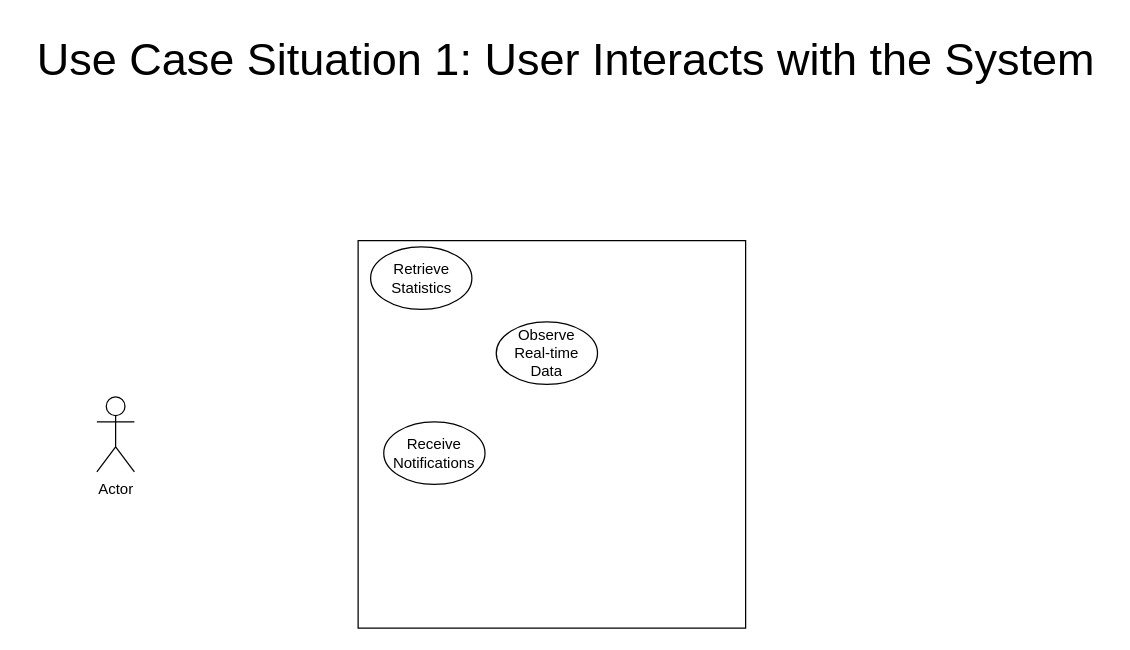
The draw.io diagram diagrams/Use Case Sit1.drawio in martintara/kaffeknekt, before the edit. Source tidied: cells renumbered, new cells numbered last; positions are measured from the earlier drawing's top-left corner, leaving out a move shared by most shapes. Both pictures are drawn from the tidied source at 125%, with x=0, y=0 at pixel (21, 21).
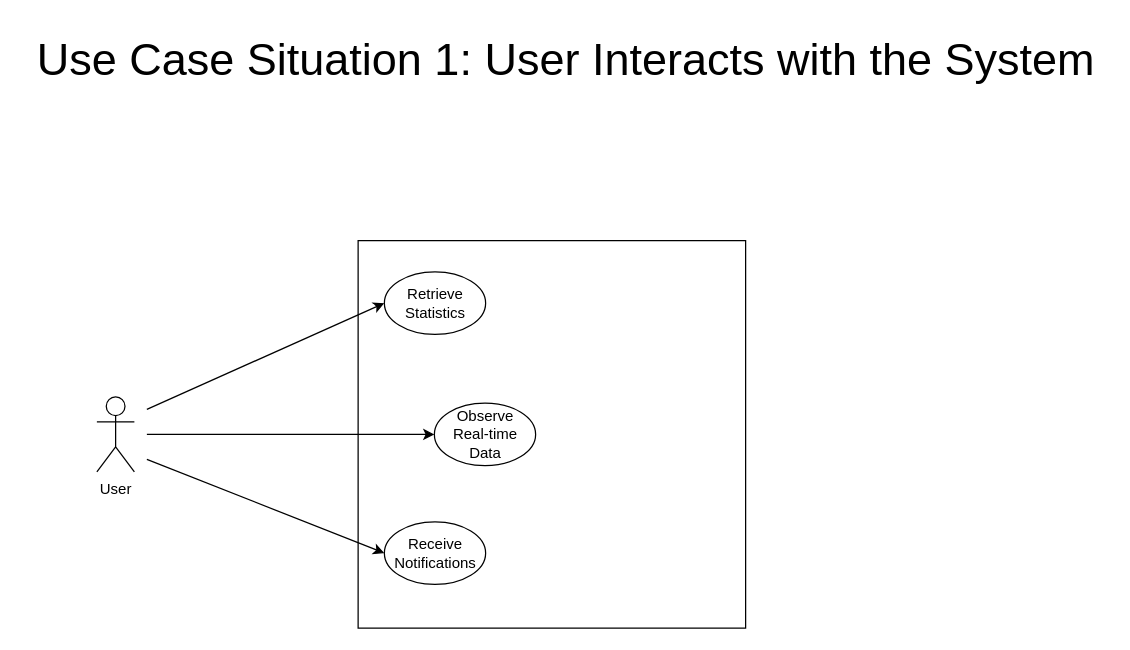
The same diagram, later.

Diff of the diagram source:
```diff
@@
 <mxGraphModel>
   <root>
     <mxCell id="0" />
     <mxCell id="1" parent="0" />
+    <mxCell id="4" style="whiteSpace=wrap;html=1;" parent="1" vertex="1">
+      <mxGeometry x="269" y="175" width="310" height="310" as="geometry" />
+    </mxCell>
     <mxCell id="2" value="&lt;font style=&quot;font-size: 36px;&quot;&gt;Use Case Situation 1: User Interacts with the System&lt;/font&gt;" style="text;html=1;align=center;verticalAlign=middle;strokeColor=none;fillColor=none;" parent="1" vertex="1">
       <mxGeometry width="870" height="60" as="geometry" />
     </mxCell>
-    <mxCell id="3" value="Actor" style="shape=umlActor;verticalLabelPosition=bottom;verticalAlign=top;html=1;" parent="1" vertex="1">
+    <mxCell id="3" value="User" style="shape=umlActor;verticalLabelPosition=bottom;verticalAlign=top;html=1;" parent="1" vertex="1">
       <mxGeometry x="60" y="300" width="30" height="60" as="geometry" />
     </mxCell>
-    <mxCell id="4" style="whiteSpace=wrap;html=1;" parent="1" vertex="1">
-      <mxGeometry x="269" y="175" width="310" height="310" as="geometry" />
-    </mxCell>
     <mxCell id="5" style="ellipse;whiteSpace=wrap;html=1;" parent="1" vertex="1">
-      <mxGeometry x="279" y="180" width="81" height="50" as="geometry" />
+      <mxGeometry x="290" y="200" width="81" height="50" as="geometry" />
     </mxCell>
     <mxCell id="6" value="Retrieve Statistics" style="text;html=1;align=center;verticalAlign=middle;whiteSpace=wrap;rounded=0;" parent="1" vertex="1">
-      <mxGeometry x="290" y="190" width="60" height="30" as="geometry" />
+      <mxGeometry x="301" y="210" width="60" height="30" as="geometry" />
     </mxCell>
     <mxCell id="7" style="ellipse;whiteSpace=wrap;html=1;" parent="1" vertex="1">
-      <mxGeometry x="289.5" y="320" width="81" height="50" as="geometry" />
+      <mxGeometry x="290" y="400" width="81" height="50" as="geometry" />
     </mxCell>
     <mxCell id="8" style="ellipse;whiteSpace=wrap;html=1;" parent="1" vertex="1">
-      <mxGeometry x="379.5" y="240" width="81" height="50" as="geometry" />
+      <mxGeometry x="330" y="305" width="81" height="50" as="geometry" />
     </mxCell>
     <mxCell id="9" value="Observe Real-time Data" style="text;html=1;align=center;verticalAlign=middle;whiteSpace=wrap;rounded=0;" parent="1" vertex="1">
-      <mxGeometry x="390" y="250" width="60" height="30" as="geometry" />
+      <mxGeometry x="340.5" y="315" width="60" height="30" as="geometry" />
     </mxCell>
     <mxCell id="10" value="Receive Notifications" style="text;html=1;align=center;verticalAlign=middle;whiteSpace=wrap;rounded=0;" parent="1" vertex="1">
-      <mxGeometry x="300" y="330" width="60" height="30" as="geometry" />
+      <mxGeometry x="300.5" y="410" width="60" height="30" as="geometry" />
     </mxCell>
+    <mxCell id="11" style="endArrow=classic;html=1;rounded=0;entryX=0;entryY=0.5;entryDx=0;entryDy=0;" parent="1" edge="1" target="5">
+      <mxGeometry relative="1" as="geometry">
+        <mxPoint x="100" y="310" as="sourcePoint" />
+      </mxGeometry>
+    </mxCell>
+    <mxCell id="12" style="endArrow=classic;html=1;rounded=0;exitX=1;exitY=0.3333333333333333;exitDx=0;exitDy=0;exitPerimeter=0;entryX=0;entryY=0.5;entryDx=0;entryDy=0;" parent="1" edge="1" target="8">
+      <mxGeometry relative="1" as="geometry">
+        <mxPoint x="100" y="330" as="sourcePoint" />
+      </mxGeometry>
+    </mxCell>
+    <mxCell id="13" style="endArrow=classic;html=1;rounded=0;entryX=0;entryY=0.5;entryDx=0;entryDy=0;" parent="1" edge="1" target="7">
+      <mxGeometry relative="1" as="geometry">
+        <mxPoint x="100" y="350" as="sourcePoint" />
+      </mxGeometry>
+    </mxCell>
   </root>
 </mxGraphModel>
```
